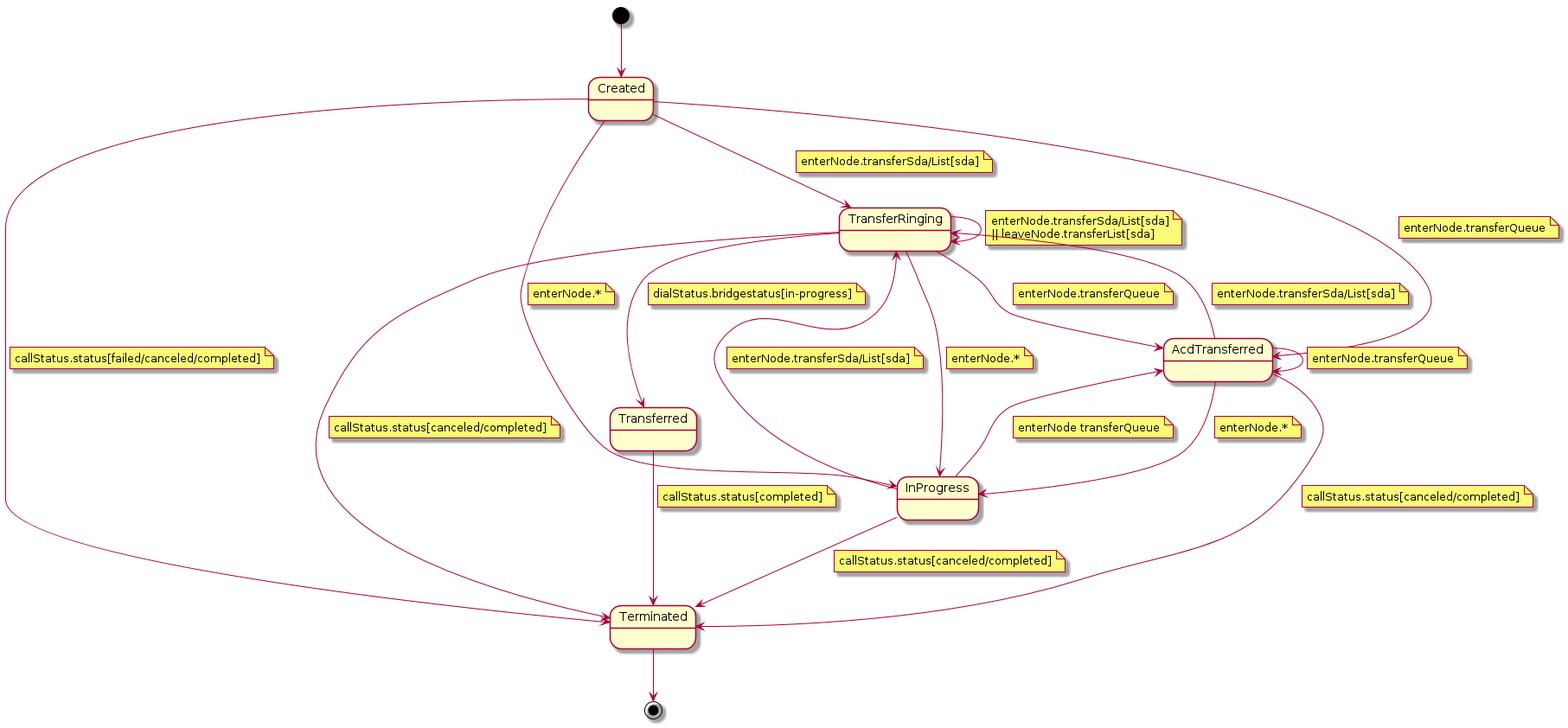
The PlantUML diagram doc/SM_state.png in eauc/cljs_ivr, before a commit.
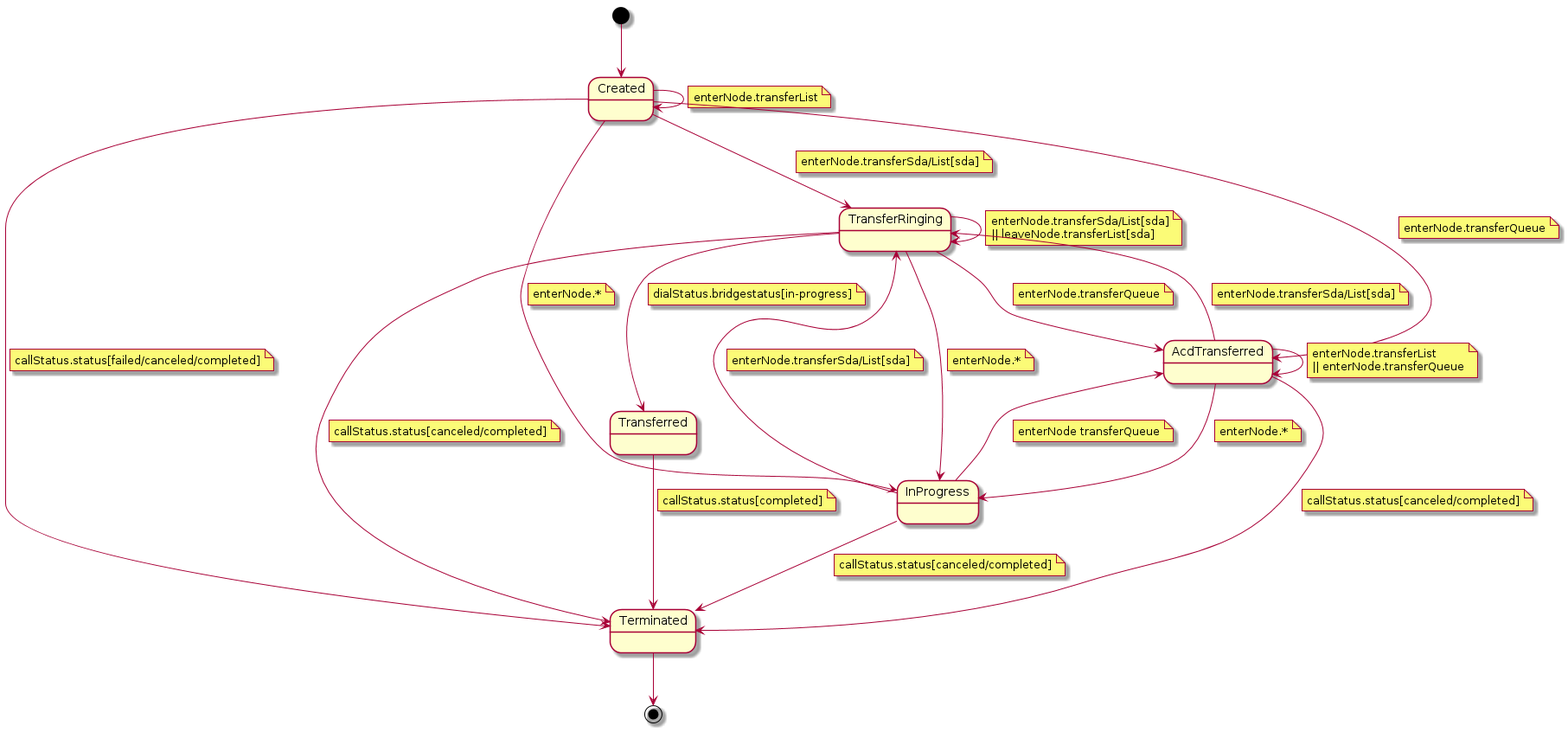
The same file after the commit.

Commit message:
transferList leave & without Dial -> no state change

What changed in the source:
```diff
@@ -4,6 +4,10 @@
 Created --> TransferRinging
 note right on link
 enterNode.transferSda/List[sda]
+end note
+Created --> Created
+note right on link
+enterNode.transferList
 end note
 Created --> AcdTransferred
 note right on link
@@ -64,7 +68,8 @@
 end note
 AcdTransferred --> AcdTransferred
 note right on link
-enterNode.transferQueue
+enterNode.transferList
+|| enterNode.transferQueue
 end note
 AcdTransferred --> InProgress
 note right on link
```
